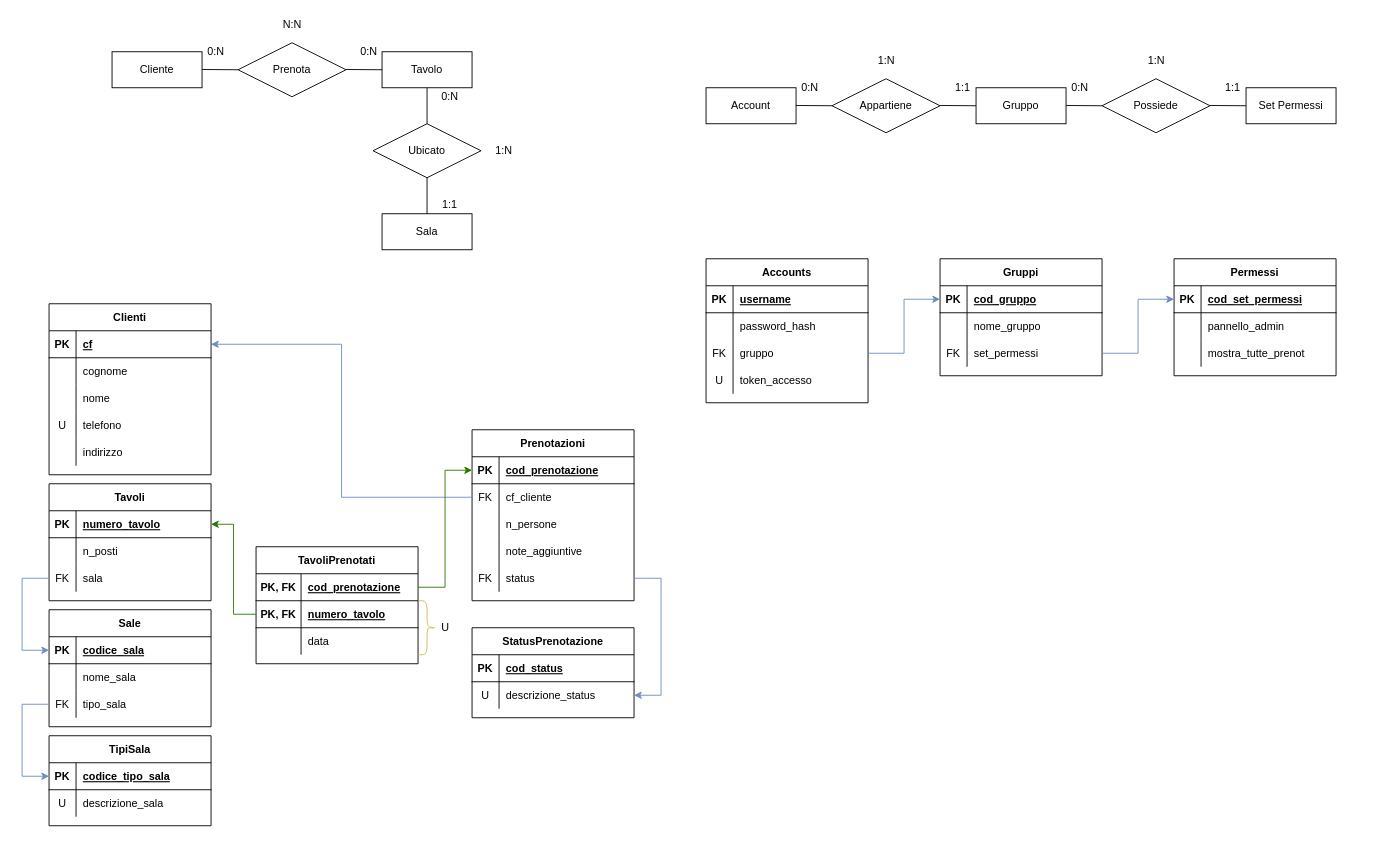
Lexi115/restaurant-app keeps this draw.io diagram as misc/diagrams.drawio. Above is the earlier version. Source tidied: cells renumbered, new cells numbered last; positions are measured from the earlier drawing's top-left corner, leaving out a move shared by most shapes. Both pictures are drawn from the tidied source at 90%, with x=0, y=0 at pixel (22, 15).
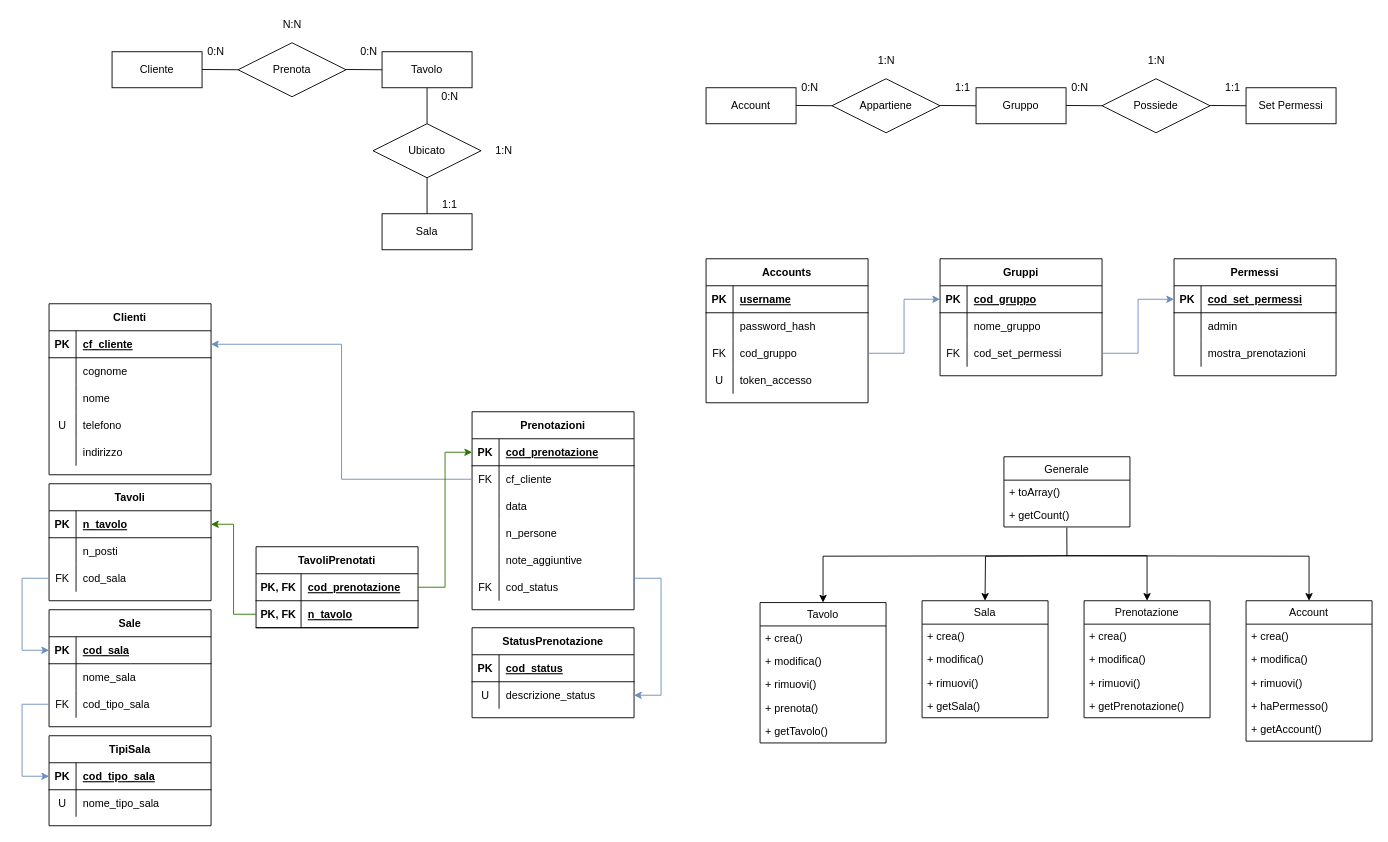
After the change.

The change refers to these unchanged cells:
```xml
<mxCell id="11" style="shape=partialRectangle;fillColor=none;top=0;left=0;bottom=1;right=0;points=[[0,0.5],[1,0.5]];portConstraint=eastwest;" parent="10" vertex="1">
  <mxGeometry y="30" width="180" height="30" as="geometry" />
</mxCell>
<mxCell id="27" style="shape=partialRectangle;fillColor=none;top=0;left=0;bottom=1;right=0;points=[[0,0.5],[1,0.5]];portConstraint=eastwest;" parent="26" vertex="1">
  <mxGeometry y="30" width="180" height="30" as="geometry" />
</mxCell>
<mxCell id="33" style="shape=partialRectangle;fillColor=none;top=0;left=0;bottom=0;right=0;points=[[0,0.5],[1,0.5]];portConstraint=eastwest;" parent="26" vertex="1">
  <mxGeometry y="90" width="180" height="30" as="geometry" />
</mxCell>
<mxCell id="37" style="shape=partialRectangle;fillColor=none;top=0;left=0;bottom=1;right=0;points=[[0,0.5],[1,0.5]];portConstraint=eastwest;" parent="36" vertex="1">
  <mxGeometry y="30" width="180" height="30" as="geometry" />
</mxCell>
<mxCell id="43" style="shape=partialRectangle;fillColor=none;top=0;left=0;bottom=0;right=0;points=[[0,0.5],[1,0.5]];portConstraint=eastwest;" parent="36" vertex="1">
  <mxGeometry y="90" width="180" height="30" as="geometry" />
</mxCell>
<mxCell id="66" style="shape=partialRectangle;fillColor=none;top=0;left=0;bottom=1;right=0;points=[[0,0.5],[1,0.5]];portConstraint=eastwest;" parent="65" vertex="1">
  <mxGeometry y="30" width="180" height="30" as="geometry" />
</mxCell>
<mxCell id="69" style="shape=partialRectangle;fillColor=none;top=0;left=0;bottom=0;right=0;" parent="65" vertex="1">
  <mxGeometry y="60" width="180" height="30" as="geometry" />
</mxCell>
<mxCell id="95" style="shape=partialRectangle;fillColor=none;top=0;left=0;bottom=0;right=0;points=[[0,0.5],[1,0.5]];portConstraint=eastwest;" parent="88" vertex="1">
  <mxGeometry y="90" width="180" height="30" as="geometry" />
</mxCell>
<mxCell id="108" style="shape=partialRectangle;fillColor=none;top=0;left=0;bottom=0;right=0;points=[[0,0.5],[1,0.5]];portConstraint=eastwest;" parent="101" vertex="1">
  <mxGeometry y="90" width="180" height="30" as="geometry" />
</mxCell>
<mxCell id="116" style="shape=partialRectangle;fillColor=none;top=0;left=0;bottom=0;right=0;" parent="112" vertex="1">
  <mxGeometry y="60" width="180" height="30" as="geometry" />
</mxCell>
<mxCell id="119" style="shape=partialRectangle;fillColor=none;top=0;left=0;bottom=0;right=0;" parent="112" vertex="1">
  <mxGeometry y="90" width="180" height="30" as="geometry" />
</mxCell>
<mxCell id="134" style="shape=partialRectangle;fillColor=none;top=0;left=0;bottom=1;right=0;points=[[0,0.5],[1,0.5]];portConstraint=eastwest;" parent="130" vertex="1">
  <mxGeometry y="60" width="180" height="30" as="geometry" />
</mxCell>
```

Diff of the diagram source:
```diff
@@
-    <mxCell id="13" value="cf" style="shape=partialRectangle;fillColor=none;top=0;left=0;bottom=0;right=0;align=left;spacingLeft=6;fontStyle=5;overflow=hidden;" parent="11" vertex="1">
+    <mxCell id="13" value="cf_cliente" style="shape=partialRectangle;fillColor=none;top=0;left=0;bottom=0;right=0;align=left;spacingLeft=6;fontStyle=5;overflow=hidden;" parent="11" vertex="1">
       <mxGeometry x="30" width="150" height="30" as="geometry" />
     </mxCell>
@@
-    <mxCell id="29" value="numero_tavolo" style="shape=partialRectangle;fillColor=none;top=0;left=0;bottom=0;right=0;align=left;spacingLeft=6;fontStyle=5;overflow=hidden;" parent="27" vertex="1">
+    <mxCell id="29" value="n_tavolo" style="shape=partialRectangle;fillColor=none;top=0;left=0;bottom=0;right=0;align=left;spacingLeft=6;fontStyle=5;overflow=hidden;" parent="27" vertex="1">
       <mxGeometry x="30" width="150" height="30" as="geometry" />
     </mxCell>
@@
-    <mxCell id="35" value="sala" style="shape=partialRectangle;fillColor=none;top=0;left=0;bottom=0;right=0;align=left;spacingLeft=6;overflow=hidden;" parent="33" vertex="1">
+    <mxCell id="35" value="cod_sala" style="shape=partialRectangle;fillColor=none;top=0;left=0;bottom=0;right=0;align=left;spacingLeft=6;overflow=hidden;" parent="33" vertex="1">
       <mxGeometry x="30" width="150" height="30" as="geometry" />
     </mxCell>
@@
-    <mxCell id="39" value="codice_sala" style="shape=partialRectangle;fillColor=none;top=0;left=0;bottom=0;right=0;align=left;spacingLeft=6;fontStyle=5;overflow=hidden;" parent="37" vertex="1">
+    <mxCell id="39" value="cod_sala" style="shape=partialRectangle;fillColor=none;top=0;left=0;bottom=0;right=0;align=left;spacingLeft=6;fontStyle=5;overflow=hidden;" parent="37" vertex="1">
       <mxGeometry x="30" width="150" height="30" as="geometry" />
     </mxCell>
@@
-    <mxCell id="45" value="tipo_sala" style="shape=partialRectangle;fillColor=none;top=0;left=0;bottom=0;right=0;align=left;spacingLeft=6;overflow=hidden;" parent="43" vertex="1">
+    <mxCell id="45" value="cod_tipo_sala" style="shape=partialRectangle;fillColor=none;top=0;left=0;bottom=0;right=0;align=left;spacingLeft=6;overflow=hidden;" parent="43" vertex="1">
       <mxGeometry x="30" width="150" height="30" as="geometry" />
     </mxCell>
     <mxCell id="46" value="Prenotazioni" style="shape=table;startSize=30;childLayout=tableLayout;rowLines=0;fontStyle=1;align=center;" parent="1" vertex="1">
-      <mxGeometry x="500" y="460" width="180" height="190" as="geometry" />
+      <mxGeometry x="500" y="440" width="180" height="220" as="geometry" />
     </mxCell>
@@
+    <mxCell id="137" style="shape=partialRectangle;fillColor=none;top=0;left=0;bottom=0;right=0;" parent="46" vertex="1">
+      <mxGeometry y="90" width="180" height="30" as="geometry" />
+    </mxCell>
+    <mxCell id="152" style="shape=partialRectangle;fillColor=none;top=0;left=0;bottom=0;right=0;overflow=hidden;" parent="137" vertex="1">
+      <mxGeometry width="30" height="30" as="geometry" />
+    </mxCell>
+    <mxCell id="139" value="data" style="shape=partialRectangle;fillColor=none;top=0;left=0;bottom=0;right=0;align=left;spacingLeft=6;overflow=hidden;" parent="137" vertex="1">
+      <mxGeometry x="30" width="150" height="30" as="geometry" />
+    </mxCell>
     <mxCell id="53" style="shape=partialRectangle;fillColor=none;top=0;left=0;bottom=0;right=0;" parent="46" vertex="1">
-      <mxGeometry y="90" width="180" height="30" as="geometry" />
+      <mxGeometry y="120" width="180" height="30" as="geometry" />
     </mxCell>
@@
     <mxCell id="56" style="shape=partialRectangle;fillColor=none;top=0;left=0;bottom=0;right=0;" parent="46" vertex="1">
-      <mxGeometry y="120" width="180" height="30" as="geometry" />
+      <mxGeometry y="150" width="180" height="30" as="geometry" />
     </mxCell>
@@
     <mxCell id="59" style="shape=partialRectangle;fillColor=none;top=0;left=0;bottom=0;right=0;points=[[0,0.5],[1,0.5]];portConstraint=eastwest;" parent="46" vertex="1">
-      <mxGeometry y="150" width="180" height="30" as="geometry" />
+      <mxGeometry y="180" width="180" height="30" as="geometry" />
     </mxCell>
@@
-    <mxCell id="61" value="status" style="shape=partialRectangle;fillColor=none;top=0;left=0;bottom=0;right=0;align=left;spacingLeft=6;overflow=hidden;" parent="59" vertex="1">
+    <mxCell id="61" value="cod_status" style="shape=partialRectangle;fillColor=none;top=0;left=0;bottom=0;right=0;align=left;spacingLeft=6;overflow=hidden;" parent="59" vertex="1">
       <mxGeometry x="30" width="150" height="30" as="geometry" />
     </mxCell>
@@
-    <mxCell id="68" value="codice_tipo_sala" style="shape=partialRectangle;fillColor=none;top=0;left=0;bottom=0;right=0;align=left;spacingLeft=6;fontStyle=5;overflow=hidden;" parent="66" vertex="1">
+    <mxCell id="68" value="cod_tipo_sala" style="shape=partialRectangle;fillColor=none;top=0;left=0;bottom=0;right=0;align=left;spacingLeft=6;fontStyle=5;overflow=hidden;" parent="66" vertex="1">
       <mxGeometry x="30" width="150" height="30" as="geometry" />
     </mxCell>
@@
-    <mxCell id="71" value="descrizione_sala" style="shape=partialRectangle;fillColor=none;top=0;left=0;bottom=0;right=0;align=left;spacingLeft=6;overflow=hidden;" parent="69" vertex="1">
+    <mxCell id="71" value="nome_tipo_sala" style="shape=partialRectangle;fillColor=none;top=0;left=0;bottom=0;right=0;align=left;spacingLeft=6;overflow=hidden;" parent="69" vertex="1">
       <mxGeometry x="30" width="150" height="30" as="geometry" />
     </mxCell>
@@
-    <mxCell id="97" value="gruppo" style="shape=partialRectangle;fillColor=none;top=0;left=0;bottom=0;right=0;align=left;spacingLeft=6;overflow=hidden;" parent="95" vertex="1">
+    <mxCell id="97" value="cod_gruppo" style="shape=partialRectangle;fillColor=none;top=0;left=0;bottom=0;right=0;align=left;spacingLeft=6;overflow=hidden;" parent="95" vertex="1">
       <mxGeometry x="30" width="150" height="30" as="geometry" />
     </mxCell>
@@
-    <mxCell id="110" value="set_permessi" style="shape=partialRectangle;fillColor=none;top=0;left=0;bottom=0;right=0;align=left;spacingLeft=6;overflow=hidden;" parent="108" vertex="1">
+    <mxCell id="110" value="cod_set_permessi" style="shape=partialRectangle;fillColor=none;top=0;left=0;bottom=0;right=0;align=left;spacingLeft=6;overflow=hidden;" parent="108" vertex="1">
       <mxGeometry x="30" width="150" height="30" as="geometry" />
     </mxCell>
@@
-    <mxCell id="118" value="pannello_admin" style="shape=partialRectangle;fillColor=none;top=0;left=0;bottom=0;right=0;align=left;spacingLeft=6;overflow=hidden;" parent="116" vertex="1">
+    <mxCell id="118" value="admin" style="shape=partialRectangle;fillColor=none;top=0;left=0;bottom=0;right=0;align=left;spacingLeft=6;overflow=hidden;" parent="116" vertex="1">
       <mxGeometry x="30" width="150" height="30" as="geometry" />
     </mxCell>
@@
-    <mxCell id="121" value="mostra_tutte_prenot" style="shape=partialRectangle;fillColor=none;top=0;left=0;bottom=0;right=0;align=left;spacingLeft=6;overflow=hidden;" parent="119" vertex="1">
+    <mxCell id="121" value="mostra_prenotazioni" style="shape=partialRectangle;fillColor=none;top=0;left=0;bottom=0;right=0;align=left;spacingLeft=6;overflow=hidden;" parent="119" vertex="1">
       <mxGeometry x="30" width="150" height="30" as="geometry" />
     </mxCell>
@@
     <mxCell id="130" value="TavoliPrenotati" style="shape=table;startSize=30;childLayout=tableLayout;rowLines=0;fontStyle=1;align=center;fillColor=none;" parent="1" vertex="1">
-      <mxGeometry x="260" y="590" width="180" height="130" as="geometry" />
+      <mxGeometry x="260" y="590" width="180" height="90" as="geometry" />
     </mxCell>
@@
-    <mxCell id="136" value="numero_tavolo" style="shape=partialRectangle;fillColor=none;top=0;left=0;bottom=0;right=0;align=left;spacingLeft=6;fontStyle=5;overflow=hidden;" parent="134" vertex="1">
+    <mxCell id="136" value="n_tavolo" style="shape=partialRectangle;fillColor=none;top=0;left=0;bottom=0;right=0;align=left;spacingLeft=6;fontStyle=5;overflow=hidden;" parent="134" vertex="1">
       <mxGeometry x="50" width="130" height="30" as="geometry" />
     </mxCell>
-    <mxCell id="137" style="shape=partialRectangle;fillColor=none;top=0;left=0;bottom=0;right=0;" parent="130" vertex="1">
-      <mxGeometry y="90" width="180" height="30" as="geometry" />
-    </mxCell>
-    <mxCell id="138" style="shape=partialRectangle;fillColor=none;top=0;left=0;bottom=0;right=0;overflow=hidden;" parent="137" vertex="1">
-      <mxGeometry width="50" height="30" as="geometry" />
-    </mxCell>
-    <mxCell id="139" value="data" style="shape=partialRectangle;fillColor=none;top=0;left=0;bottom=0;right=0;align=left;spacingLeft=6;overflow=hidden;" parent="137" vertex="1">
-      <mxGeometry x="50" width="130" height="30" as="geometry" />
-    </mxCell>
-    <mxCell id="140" style="shape=curlyBracket;whiteSpace=wrap;html=1;rounded=1;flipH=1;fillColor=#fff2cc;strokeColor=#d6b656;" parent="1" vertex="1">
-      <mxGeometry x="440" y="650" width="20" height="60" as="geometry" />
-    </mxCell>
-    <mxCell id="141" value="U" style="text;html=1;align=center;verticalAlign=middle;strokeColor=none;" parent="1" vertex="1">
-      <mxGeometry x="460" y="670" width="20" height="20" as="geometry" />
-    </mxCell>
@@
+    <mxCell id="153" value="Tavolo" style="swimlane;fontStyle=0;horizontal=1;startSize=26;fillColor=none;flipV=0;flipH=1;" parent="1" vertex="1">
+      <mxGeometry x="820" y="652" width="140" height="156" as="geometry" />
+    </mxCell>
+    <mxCell id="154" value="+ crea()" style="text;strokeColor=none;fillColor=none;align=left;verticalAlign=top;spacingLeft=4;spacingRight=4;overflow=hidden;" parent="153" vertex="1">
+      <mxGeometry y="26" width="140" height="26" as="geometry" />
+    </mxCell>
+    <mxCell id="155" value="+ modifica()" style="text;strokeColor=none;fillColor=none;align=left;verticalAlign=top;spacingLeft=4;spacingRight=4;overflow=hidden;" parent="153" vertex="1">
+      <mxGeometry y="52" width="140" height="26" as="geometry" />
+    </mxCell>
+    <mxCell id="156" value="+ rimuovi()" style="text;strokeColor=none;fillColor=none;align=left;verticalAlign=top;spacingLeft=4;spacingRight=4;overflow=hidden;" parent="153" vertex="1">
+      <mxGeometry y="78" width="140" height="26" as="geometry" />
+    </mxCell>
+    <mxCell id="157" value="+ prenota()" style="text;strokeColor=none;fillColor=none;align=left;verticalAlign=top;spacingLeft=4;spacingRight=4;overflow=hidden;" parent="153" vertex="1">
+      <mxGeometry y="104" width="140" height="26" as="geometry" />
+    </mxCell>
+    <mxCell id="158" value="+ getTavolo()" style="text;strokeColor=none;fillColor=none;align=left;verticalAlign=top;spacingLeft=4;spacingRight=4;overflow=hidden;" parent="153" vertex="1">
+      <mxGeometry y="130" width="140" height="26" as="geometry" />
+    </mxCell>
+    <mxCell id="159" value="Sala" style="swimlane;fontStyle=0;horizontal=1;startSize=26;fillColor=none;flipV=0;flipH=1;" parent="1" vertex="1">
+      <mxGeometry x="1000" y="650" width="140" height="130" as="geometry" />
+    </mxCell>
+    <mxCell id="160" value="+ crea()" style="text;strokeColor=none;fillColor=none;align=left;verticalAlign=top;spacingLeft=4;spacingRight=4;overflow=hidden;" parent="159" vertex="1">
+      <mxGeometry y="26" width="140" height="26" as="geometry" />
+    </mxCell>
+    <mxCell id="161" value="+ modifica()" style="text;strokeColor=none;fillColor=none;align=left;verticalAlign=top;spacingLeft=4;spacingRight=4;overflow=hidden;" parent="159" vertex="1">
+      <mxGeometry y="52" width="140" height="26" as="geometry" />
+    </mxCell>
+    <mxCell id="162" value="+ rimuovi()" style="text;strokeColor=none;fillColor=none;align=left;verticalAlign=top;spacingLeft=4;spacingRight=4;overflow=hidden;" parent="159" vertex="1">
+      <mxGeometry y="78" width="140" height="26" as="geometry" />
+    </mxCell>
+    <mxCell id="163" value="+ getSala()" style="text;strokeColor=none;fillColor=none;align=left;verticalAlign=top;spacingLeft=4;spacingRight=4;overflow=hidden;" parent="159" vertex="1">
+      <mxGeometry y="104" width="140" height="26" as="geometry" />
+    </mxCell>
+    <mxCell id="164" value="Prenotazione" style="swimlane;fontStyle=0;horizontal=1;startSize=26;fillColor=none;flipV=0;flipH=1;" parent="1" vertex="1">
+      <mxGeometry x="1180" y="650" width="140" height="130" as="geometry" />
+    </mxCell>
+    <mxCell id="165" value="+ crea()" style="text;strokeColor=none;fillColor=none;align=left;verticalAlign=top;spacingLeft=4;spacingRight=4;overflow=hidden;" parent="164" vertex="1">
+      <mxGeometry y="26" width="140" height="26" as="geometry" />
+    </mxCell>
+    <mxCell id="166" value="+ modifica()" style="text;strokeColor=none;fillColor=none;align=left;verticalAlign=top;spacingLeft=4;spacingRight=4;overflow=hidden;" parent="164" vertex="1">
+      <mxGeometry y="52" width="140" height="26" as="geometry" />
+    </mxCell>
+    <mxCell id="167" value="+ rimuovi()" style="text;strokeColor=none;fillColor=none;align=left;verticalAlign=top;spacingLeft=4;spacingRight=4;overflow=hidden;" parent="164" vertex="1">
+      <mxGeometry y="78" width="140" height="26" as="geometry" />
+    </mxCell>
+    <mxCell id="168" value="+ getPrenotazione()" style="text;strokeColor=none;fillColor=none;align=left;verticalAlign=top;spacingLeft=4;spacingRight=4;overflow=hidden;" parent="164" vertex="1">
+      <mxGeometry y="104" width="140" height="26" as="geometry" />
+    </mxCell>
+    <mxCell id="169" value="Account" style="swimlane;fontStyle=0;horizontal=1;startSize=26;fillColor=none;flipV=0;flipH=1;" parent="1" vertex="1">
+      <mxGeometry x="1360" y="650" width="140" height="156" as="geometry" />
+    </mxCell>
+    <mxCell id="170" value="+ crea()" style="text;strokeColor=none;fillColor=none;align=left;verticalAlign=top;spacingLeft=4;spacingRight=4;overflow=hidden;" parent="169" vertex="1">
+      <mxGeometry y="26" width="140" height="26" as="geometry" />
+    </mxCell>
+    <mxCell id="171" value="+ modifica()" style="text;strokeColor=none;fillColor=none;align=left;verticalAlign=top;spacingLeft=4;spacingRight=4;overflow=hidden;" parent="169" vertex="1">
+      <mxGeometry y="52" width="140" height="26" as="geometry" />
+    </mxCell>
+    <mxCell id="172" value="+ rimuovi()" style="text;strokeColor=none;fillColor=none;align=left;verticalAlign=top;spacingLeft=4;spacingRight=4;overflow=hidden;" parent="169" vertex="1">
+      <mxGeometry y="78" width="140" height="26" as="geometry" />
+    </mxCell>
+    <mxCell id="173" value="+ haPermesso()" style="text;strokeColor=none;fillColor=none;align=left;verticalAlign=top;spacingLeft=4;spacingRight=4;overflow=hidden;" parent="169" vertex="1">
+      <mxGeometry y="104" width="140" height="26" as="geometry" />
+    </mxCell>
+    <mxCell id="174" value="+ getAccount()" style="text;strokeColor=none;fillColor=none;align=left;verticalAlign=top;spacingLeft=4;spacingRight=4;overflow=hidden;" parent="169" vertex="1">
+      <mxGeometry y="130" width="140" height="26" as="geometry" />
+    </mxCell>
+    <mxCell id="175" value="Generale" style="swimlane;fontStyle=0;horizontal=1;startSize=26;fillColor=none;flipV=0;flipH=1;" parent="1" vertex="1">
+      <mxGeometry x="1091" y="490" width="140" height="78" as="geometry" />
+    </mxCell>
+    <mxCell id="176" value="+ toArray()" style="text;strokeColor=none;fillColor=none;align=left;verticalAlign=top;spacingLeft=4;spacingRight=4;overflow=hidden;" parent="175" vertex="1">
+      <mxGeometry y="26" width="140" height="26" as="geometry" />
+    </mxCell>
+    <mxCell id="177" value="+ getCount()" style="text;strokeColor=none;fillColor=none;align=left;verticalAlign=top;spacingLeft=4;spacingRight=4;overflow=hidden;points=[[0,0.5],[1,0.5]];portConstraint=eastwest;" parent="175" vertex="1">
+      <mxGeometry y="52" width="140" height="26" as="geometry" />
+    </mxCell>
+    <mxCell id="178" style="endArrow=classic;html=1;entryX=0.5;entryY=0;entryDx=0;entryDy=0;edgeStyle=orthogonalEdgeStyle;rounded=0;" parent="1" edge="1" target="153">
+      <mxGeometry relative="1" as="geometry">
+        <mxPoint x="1161" y="600" as="sourcePoint" />
+      </mxGeometry>
+    </mxCell>
+    <mxCell id="179" style="endArrow=classic;html=1;entryX=0.5;entryY=0;entryDx=0;entryDy=0;edgeStyle=orthogonalEdgeStyle;rounded=0;" parent="1" edge="1">
+      <mxGeometry relative="1" as="geometry">
+        <mxPoint x="1160" y="600" as="sourcePoint" />
+        <mxPoint x="1070" y="650" as="targetPoint" />
+      </mxGeometry>
+    </mxCell>
+    <mxCell id="180" style="endArrow=classic;html=1;edgeStyle=orthogonalEdgeStyle;rounded=0;entryX=0.5;entryY=0;entryDx=0;entryDy=0;" parent="1" edge="1" target="164">
+      <mxGeometry relative="1" as="geometry">
+        <mxPoint x="1160" y="600" as="sourcePoint" />
+        <Array as="points">
+          <mxPoint x="1250" y="600" />
+        </Array>
+      </mxGeometry>
+    </mxCell>
+    <mxCell id="181" style="endArrow=classic;html=1;entryX=0.5;entryY=0;entryDx=0;entryDy=0;edgeStyle=orthogonalEdgeStyle;rounded=0;" parent="1" edge="1" target="169">
+      <mxGeometry relative="1" as="geometry">
+        <mxPoint x="1160" y="600" as="sourcePoint" />
+      </mxGeometry>
+    </mxCell>
+    <mxCell id="182" style="endArrow=none;html=1;entryX=0.499;entryY=1.031;entryDx=0;entryDy=0;entryPerimeter=0;" parent="1" edge="1" target="177">
+      <mxGeometry relative="1" as="geometry">
+        <mxPoint x="1161" y="600" as="sourcePoint" />
+      </mxGeometry>
+    </mxCell>
```
